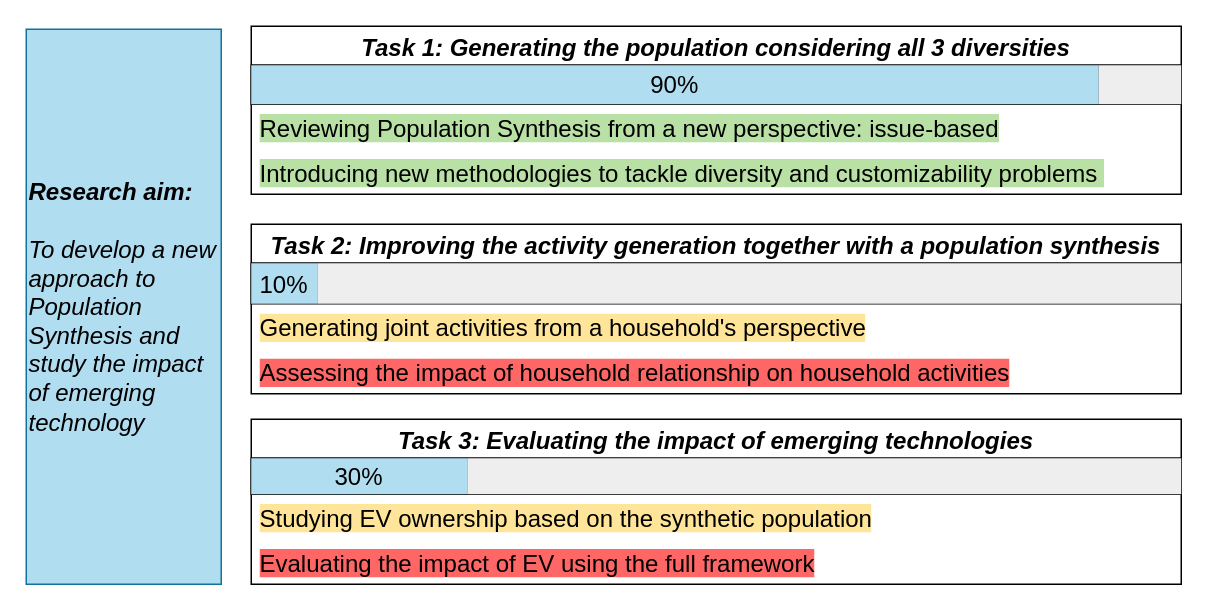
Earlier version of the draw.io diagram general_drawio/Progress_review.drawio (bobkatla/PopSyn_Monash). Source tidied: cells renumbered, new cells numbered last; positions are measured from the earlier drawing's top-left corner, leaving out a move shared by most shapes. Both pictures are drawn from the tidied source at 150%, with x=0, y=0 at pixel (26, 26).
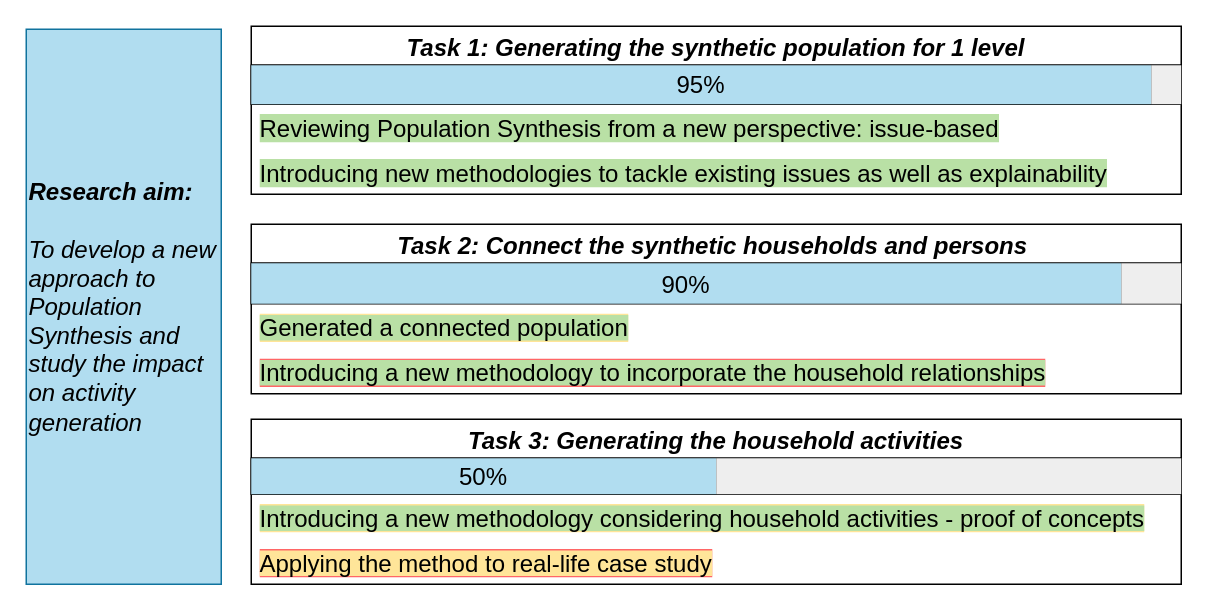
Above is the later version.

Unchanged cells that the change refers to:
```xml
<mxCell id="5" style="shape=tableRow;horizontal=0;startSize=0;swimlaneHead=0;swimlaneBody=0;strokeColor=inherit;top=0;left=0;bottom=0;right=0;fillColor=none;fontSize=16;" parent="4" vertex="1">
  <mxGeometry width="620" height="26" as="geometry" />
</mxCell>
<mxCell id="12" style="shape=tableRow;horizontal=0;startSize=0;swimlaneHead=0;swimlaneBody=0;strokeColor=inherit;top=0;left=0;bottom=0;right=0;fillColor=none;fontSize=16;" parent="11" vertex="1">
  <mxGeometry width="620" height="27" as="geometry" />
</mxCell>
<mxCell id="19" style="shape=tableRow;horizontal=0;startSize=0;swimlaneHead=0;swimlaneBody=0;strokeColor=inherit;top=0;left=0;bottom=0;right=0;fillColor=none;fontSize=16;" parent="18" vertex="1">
  <mxGeometry width="620" height="24" as="geometry" />
</mxCell>
```

The edit, as a diff of the source:
```diff
@@
-    <mxCell id="2" value="&lt;b&gt;&lt;i&gt;Research aim:&lt;/i&gt;&lt;/b&gt;&lt;div&gt;&lt;br&gt;&lt;div style=&quot;font-size: 16px;&quot;&gt;&lt;i&gt;To develop a new approach to Population Synthesis and study the impact of emerging technology&lt;/i&gt;&lt;/div&gt;&lt;/div&gt;" style="rounded=0;whiteSpace=wrap;html=1;align=left;fontSize=16;fillColor=#b1ddf0;strokeColor=#10739e;" parent="1" vertex="1">
+    <mxCell id="2" value="&lt;b&gt;&lt;i&gt;Research aim:&lt;/i&gt;&lt;/b&gt;&lt;div&gt;&lt;br&gt;&lt;div style=&quot;font-size: 16px;&quot;&gt;&lt;i&gt;To develop a new approach to Population Synthesis and study the impact on activity generation&lt;/i&gt;&lt;/div&gt;&lt;/div&gt;" style="rounded=0;whiteSpace=wrap;html=1;align=left;fontSize=16;fillColor=#b1ddf0;strokeColor=#10739e;" parent="1" vertex="1">
       <mxGeometry y="2" width="130" height="370" as="geometry" />
     </mxCell>
-    <mxCell id="3" value="Task 1: Generating the population considering all 3 diversities" style="swimlane;fontStyle=3;horizontal=1;startSize=26;align=center;fontSize=16;" parent="1" vertex="1">
+    <mxCell id="3" value="Task 1: Generating the synthetic population for 1 level" style="swimlane;fontStyle=3;horizontal=1;startSize=26;align=center;fontSize=16;" parent="1" vertex="1">
       <mxGeometry x="150" width="620" height="112" as="geometry" />
     </mxCell>
@@
-    <mxCell id="6" value="90%" style="shape=partialRectangle;html=1;whiteSpace=wrap;strokeColor=#10739e;overflow=hidden;fillColor=#b1ddf0;top=0;left=0;bottom=0;right=0;fontSize=16;" parent="5" vertex="1">
-      <mxGeometry width="565" height="26" as="geometry" />
+    <mxCell id="6" value="95%" style="shape=partialRectangle;html=1;whiteSpace=wrap;strokeColor=#10739e;overflow=hidden;fillColor=#b1ddf0;top=0;left=0;bottom=0;right=0;fontSize=16;" parent="5" vertex="1">
+      <mxGeometry width="600" height="26" as="geometry" />
     </mxCell>
     <mxCell id="7" style="shape=partialRectangle;html=1;whiteSpace=wrap;overflow=hidden;fillColor=#eeeeee;top=0;left=0;bottom=0;right=0;fontSize=16;strokeColor=#36393d;" parent="5" vertex="1">
-      <mxGeometry x="565" width="55" height="26" as="geometry" />
+      <mxGeometry x="600" width="20" height="26" as="geometry" />
     </mxCell>
@@
-    <mxCell id="9" value="Introducing new methodologies to tackle diversity and customizability problems&amp;nbsp;" style="text;strokeColor=none;fillColor=none;spacingLeft=4;spacingRight=4;overflow=hidden;fontSize=16;whiteSpace=wrap;html=1;labelBackgroundColor=#B9E0A5;textShadow=0;labelBorderColor=none;" parent="3" vertex="1">
+    <mxCell id="9" value="Introducing new methodologies to tackle existing issues as well as explainability" style="text;strokeColor=none;fillColor=none;spacingLeft=4;spacingRight=4;overflow=hidden;fontSize=16;whiteSpace=wrap;html=1;labelBackgroundColor=#B9E0A5;textShadow=0;labelBorderColor=none;" parent="3" vertex="1">
       <mxGeometry y="82" width="620" height="30" as="geometry" />
     </mxCell>
-    <mxCell id="10" value="Task 2: Improving the activity generation together with a population synthesis" style="swimlane;fontStyle=3;horizontal=1;startSize=26;align=center;fontSize=16;" parent="1" vertex="1">
+    <mxCell id="10" value="Task 2: Connect the synthetic households and persons " style="swimlane;fontStyle=3;horizontal=1;startSize=26;align=center;fontSize=16;" parent="1" vertex="1">
       <mxGeometry x="150" y="132" width="620" height="113" as="geometry" />
     </mxCell>
@@
-    <mxCell id="13" value="10%" style="shape=partialRectangle;html=1;whiteSpace=wrap;strokeColor=#10739e;overflow=hidden;fillColor=#b1ddf0;top=0;left=0;bottom=0;right=0;fontSize=16;" parent="12" vertex="1">
-      <mxGeometry width="44" height="27" as="geometry" />
+    <mxCell id="13" value="90%" style="shape=partialRectangle;html=1;whiteSpace=wrap;strokeColor=#10739e;overflow=hidden;fillColor=#b1ddf0;top=0;left=0;bottom=0;right=0;fontSize=16;" parent="12" vertex="1">
+      <mxGeometry width="580" height="27" as="geometry" />
     </mxCell>
     <mxCell id="14" style="shape=partialRectangle;html=1;whiteSpace=wrap;strokeColor=#36393d;overflow=hidden;fillColor=#eeeeee;top=0;left=0;bottom=0;right=0;fontSize=16;" parent="12" vertex="1">
-      <mxGeometry x="44" width="576" height="27" as="geometry" />
+      <mxGeometry x="580" width="40" height="27" as="geometry" />
     </mxCell>
-    <mxCell id="15" value="&lt;font face=&quot;Helvetica&quot; style=&quot;font-size: 16px;&quot;&gt;Generating joint activities from a household's perspective&lt;/font&gt;" style="text;strokeColor=none;fillColor=none;spacingLeft=4;spacingRight=4;overflow=hidden;fontSize=16;whiteSpace=wrap;html=1;labelBackgroundColor=#FFE599;" parent="10" vertex="1">
+    <mxCell id="15" value="&lt;span style=&quot;background-color: rgb(185, 224, 165);&quot;&gt;Generated a connected population&lt;/span&gt;" style="text;strokeColor=none;fillColor=none;spacingLeft=4;spacingRight=4;overflow=hidden;fontSize=16;whiteSpace=wrap;html=1;labelBackgroundColor=#FFE599;" parent="10" vertex="1">
       <mxGeometry y="53" width="620" height="30" as="geometry" />
     </mxCell>
-    <mxCell id="16" value="Assessing the impact of household relationship on household activities" style="text;strokeColor=none;fillColor=none;spacingLeft=4;spacingRight=4;overflow=hidden;fontSize=16;whiteSpace=wrap;html=1;labelBackgroundColor=#FF6666;" parent="10" vertex="1">
+    <mxCell id="16" value="&lt;span style=&quot;background-color: rgb(185, 224, 165);&quot;&gt;Introducing a new methodology to incorporate the household relationships&lt;/span&gt;" style="text;strokeColor=none;fillColor=none;spacingLeft=4;spacingRight=4;overflow=hidden;fontSize=16;whiteSpace=wrap;html=1;labelBackgroundColor=#FF6666;" parent="10" vertex="1">
       <mxGeometry y="83" width="620" height="30" as="geometry" />
     </mxCell>
-    <mxCell id="17" value="Task 3: Evaluating the impact of emerging technologies" style="swimlane;fontStyle=3;horizontal=1;startSize=26;align=center;fontSize=16;" parent="1" vertex="1">
+    <mxCell id="17" value="Task 3: Generating the household activities" style="swimlane;fontStyle=3;horizontal=1;startSize=26;align=center;fontSize=16;" parent="1" vertex="1">
       <mxGeometry x="150" y="262" width="620" height="110" as="geometry" />
     </mxCell>
@@
-    <mxCell id="20" value="&lt;font style=&quot;font-size: 16px;&quot; face=&quot;Helvetica&quot;&gt;30%&lt;/font&gt;" style="shape=partialRectangle;html=1;whiteSpace=wrap;strokeColor=#10739e;overflow=hidden;fillColor=#b1ddf0;top=0;left=0;bottom=0;right=0;fontSize=16;" parent="19" vertex="1">
-      <mxGeometry width="144" height="24" as="geometry" />
+    <mxCell id="20" value="&lt;font style=&quot;font-size: 16px;&quot; face=&quot;Helvetica&quot;&gt;50%&lt;/font&gt;" style="shape=partialRectangle;html=1;whiteSpace=wrap;strokeColor=#10739e;overflow=hidden;fillColor=#b1ddf0;top=0;left=0;bottom=0;right=0;fontSize=16;" parent="19" vertex="1">
+      <mxGeometry width="310" height="24" as="geometry" />
     </mxCell>
     <mxCell id="21" style="shape=partialRectangle;html=1;whiteSpace=wrap;strokeColor=#36393d;overflow=hidden;fillColor=#eeeeee;top=0;left=0;bottom=0;right=0;fontSize=16;" parent="19" vertex="1">
-      <mxGeometry x="144" width="476" height="24" as="geometry" />
+      <mxGeometry x="310" width="310" height="24" as="geometry" />
     </mxCell>
-    <mxCell id="22" value="Studying EV ownership based on the synthetic population" style="text;strokeColor=none;fillColor=none;spacingLeft=4;spacingRight=4;overflow=hidden;fontSize=16;whiteSpace=wrap;html=1;labelBackgroundColor=#FFE599;" parent="17" vertex="1">
+    <mxCell id="22" value="&lt;span style=&quot;background-color: rgb(185, 224, 165);&quot;&gt;Introducing a new methodology considering household activities - proof of concepts&lt;/span&gt;" style="text;strokeColor=none;fillColor=none;spacingLeft=4;spacingRight=4;overflow=hidden;fontSize=16;whiteSpace=wrap;html=1;labelBackgroundColor=#FFE599;" parent="17" vertex="1">
       <mxGeometry y="50" width="620" height="30" as="geometry" />
     </mxCell>
-    <mxCell id="23" value="Evaluating the impact of EV using the full framework" style="text;strokeColor=none;fillColor=none;spacingLeft=4;spacingRight=4;overflow=hidden;fontSize=16;whiteSpace=wrap;html=1;labelBackgroundColor=#FF6666;" parent="17" vertex="1">
+    <mxCell id="23" value="&lt;span style=&quot;background-color: rgb(255, 229, 153);&quot;&gt;Applying the method to real-life case study&lt;/span&gt;" style="text;strokeColor=none;fillColor=none;spacingLeft=4;spacingRight=4;overflow=hidden;fontSize=16;whiteSpace=wrap;html=1;labelBackgroundColor=#FF6666;" parent="17" vertex="1">
       <mxGeometry y="80" width="620" height="30" as="geometry" />
     </mxCell>
```
